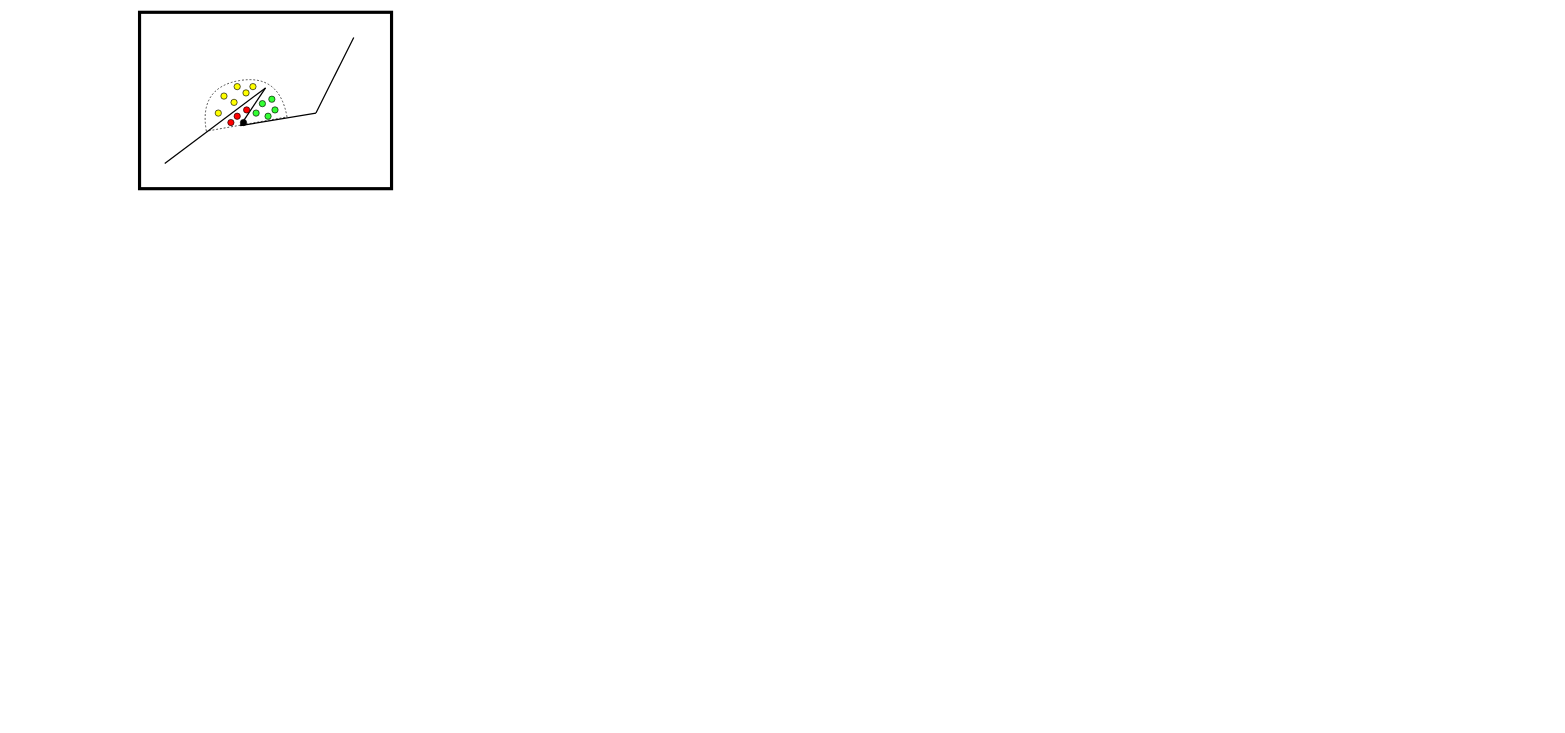
Earlier version of the draw.io diagram draw.drawio (HL0817/TechnologySet). Source tidied: cells renumbered, new cells numbered last; positions are measured from the earlier drawing's top-left corner, leaving out a move shared by most shapes. Both pictures are drawn from the tidied source at 63%, with x=0, y=0 at pixel (139, 12).
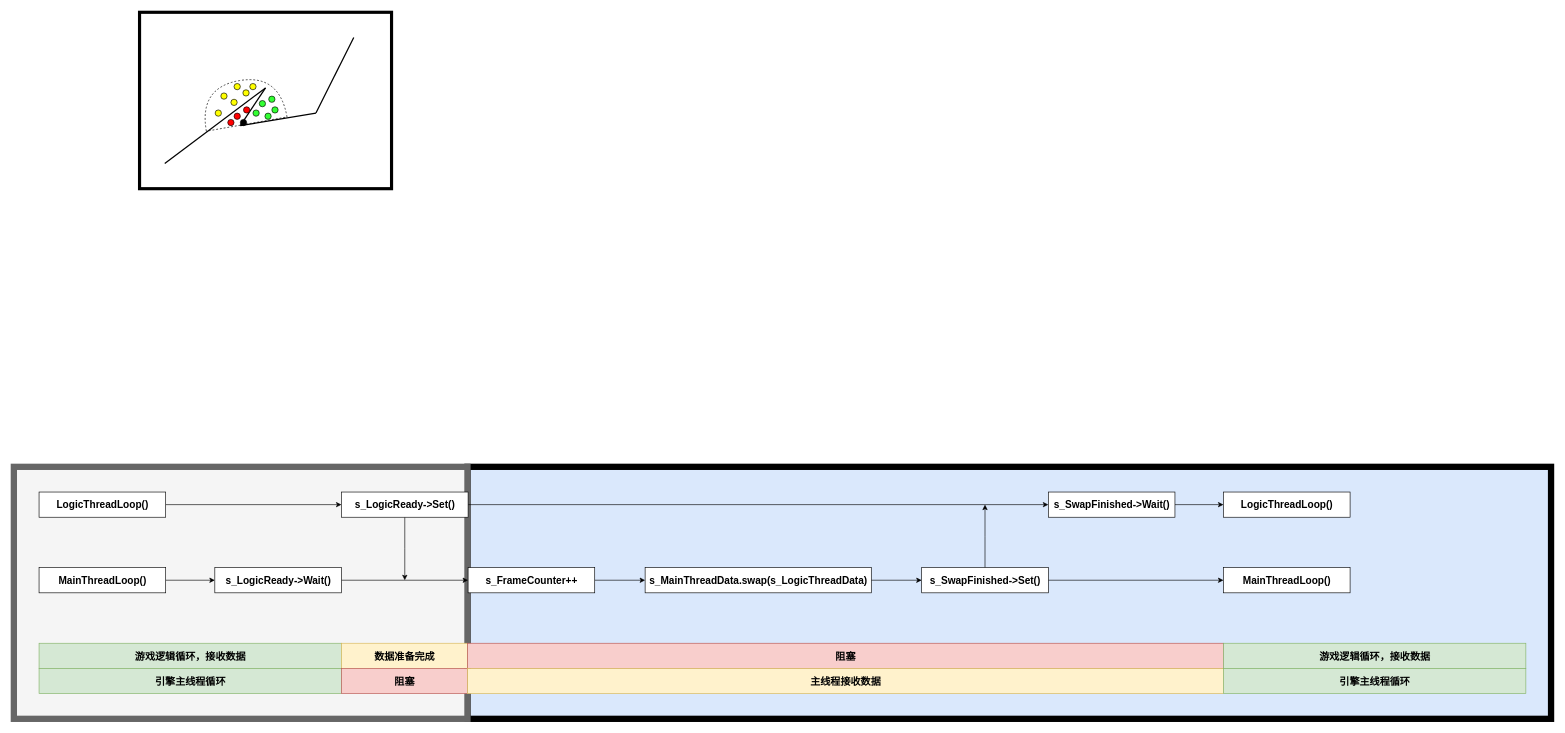
The same diagram, later.

Commit message (it also covers changes not shown here):
球谐在烘焙中的运用 还剩2个简化步骤 其他完成

Change to the diagram source:
```diff
@@
+    <mxCell id="23" style="rounded=0;whiteSpace=wrap;html=1;fillColor=#dae8fc;strokeColor=#000000;strokeWidth=10;" parent="1" vertex="1">
+      <mxGeometry x="520.5" y="721.5" width="1720" height="400" as="geometry" />
+    </mxCell>
+    <mxCell id="24" style="rounded=0;whiteSpace=wrap;html=1;fillColor=#f5f5f5;strokeColor=#666666;fontColor=#333333;strokeWidth=10;" parent="1" vertex="1">
+      <mxGeometry x="-199.5" y="721.5" width="720" height="400" as="geometry" />
+    </mxCell>
@@
+    <mxCell id="25" style="edgeStyle=orthogonalEdgeStyle;rounded=0;jettySize=auto;html=1;entryX=0;entryY=0.5;entryDx=0;entryDy=0;" parent="1" edge="1" source="26" target="28">
+      <mxGeometry relative="1" as="geometry" />
+    </mxCell>
+    <mxCell id="26" value="&lt;font style=&quot;font-size: 16px&quot;&gt;&lt;b&gt;s_LogicReady-&amp;gt;Wait()&lt;/b&gt;&lt;/font&gt;" style="rounded=0;whiteSpace=wrap;html=1;" parent="1" vertex="1">
+      <mxGeometry x="119.5" y="881.5" width="201" height="40" as="geometry" />
+    </mxCell>
+    <mxCell id="27" style="edgeStyle=orthogonalEdgeStyle;rounded=0;jettySize=auto;html=1;entryX=0;entryY=0.5;entryDx=0;entryDy=0;" parent="1" edge="1" source="28" target="30">
+      <mxGeometry relative="1" as="geometry" />
+    </mxCell>
+    <mxCell id="28" value="&lt;span style=&quot;font-size: 16px&quot;&gt;&lt;b&gt;s_FrameCounter++&lt;/b&gt;&lt;/span&gt;" style="rounded=0;whiteSpace=wrap;html=1;" parent="1" vertex="1">
+      <mxGeometry x="521.5" y="881.5" width="201" height="40" as="geometry" />
+    </mxCell>
+    <mxCell id="29" style="edgeStyle=orthogonalEdgeStyle;rounded=0;jettySize=auto;html=1;entryX=0;entryY=0.5;entryDx=0;entryDy=0;" parent="1" edge="1" source="30" target="33">
+      <mxGeometry relative="1" as="geometry" />
+    </mxCell>
+    <mxCell id="30" value="&lt;font style=&quot;font-size: 16px&quot;&gt;&lt;b&gt;s_MainThreadData.swap(s_LogicThreadData)&lt;/b&gt;&lt;/font&gt;" style="rounded=0;whiteSpace=wrap;html=1;" parent="1" vertex="1">
+      <mxGeometry x="802.5" y="881.5" width="359" height="40" as="geometry" />
+    </mxCell>
+    <mxCell id="31" style="edgeStyle=orthogonalEdgeStyle;rounded=0;jettySize=auto;html=1;" parent="1" edge="1" source="33">
+      <mxGeometry relative="1" as="geometry">
+        <mxPoint x="1342" y="781.5" as="targetPoint" />
+      </mxGeometry>
+    </mxCell>
+    <mxCell id="32" style="edgeStyle=orthogonalEdgeStyle;rounded=0;jettySize=auto;html=1;entryX=0;entryY=0.5;entryDx=0;entryDy=0;" parent="1" edge="1" source="33" target="44">
+      <mxGeometry relative="1" as="geometry" />
+    </mxCell>
+    <mxCell id="33" value="&lt;font style=&quot;font-size: 16px&quot;&gt;&lt;b&gt;s_SwapFinished-&amp;gt;Set()&lt;/b&gt;&lt;/font&gt;" style="rounded=0;whiteSpace=wrap;html=1;" parent="1" vertex="1">
+      <mxGeometry x="1241.5" y="881.5" width="201" height="40" as="geometry" />
+    </mxCell>
+    <mxCell id="34" style="edgeStyle=orthogonalEdgeStyle;rounded=0;jettySize=auto;html=1;entryX=0;entryY=0.5;entryDx=0;entryDy=0;" parent="1" edge="1" source="36" target="38">
+      <mxGeometry relative="1" as="geometry" />
+    </mxCell>
+    <mxCell id="35" style="edgeStyle=orthogonalEdgeStyle;rounded=0;jettySize=auto;html=1;" parent="1" edge="1" source="36">
+      <mxGeometry relative="1" as="geometry">
+        <mxPoint x="421" y="901.5" as="targetPoint" />
+      </mxGeometry>
+    </mxCell>
+    <mxCell id="36" value="&lt;font style=&quot;font-size: 16px&quot;&gt;&lt;b&gt;s_LogicReady-&amp;gt;Set()&lt;/b&gt;&lt;/font&gt;" style="rounded=0;whiteSpace=wrap;html=1;" parent="1" vertex="1">
+      <mxGeometry x="320.5" y="761.5" width="201" height="40" as="geometry" />
+    </mxCell>
+    <mxCell id="37" style="edgeStyle=orthogonalEdgeStyle;rounded=0;jettySize=auto;html=1;entryX=0;entryY=0.5;entryDx=0;entryDy=0;" parent="1" edge="1" source="38" target="43">
+      <mxGeometry relative="1" as="geometry" />
+    </mxCell>
+    <mxCell id="38" value="&lt;font style=&quot;font-size: 16px&quot;&gt;&lt;b&gt;s_SwapFinished-&amp;gt;Wait()&lt;/b&gt;&lt;/font&gt;" style="rounded=0;whiteSpace=wrap;html=1;" parent="1" vertex="1">
+      <mxGeometry x="1442.5" y="761.5" width="201" height="40" as="geometry" />
+    </mxCell>
+    <mxCell id="39" style="edgeStyle=orthogonalEdgeStyle;rounded=0;jettySize=auto;html=1;entryX=0;entryY=0.5;entryDx=0;entryDy=0;" parent="1" edge="1" source="40" target="26">
+      <mxGeometry relative="1" as="geometry" />
+    </mxCell>
+    <mxCell id="40" value="&lt;font style=&quot;font-size: 16px&quot;&gt;&lt;b&gt;MainThreadLoop()&lt;/b&gt;&lt;/font&gt;" style="rounded=0;whiteSpace=wrap;html=1;" parent="1" vertex="1">
+      <mxGeometry x="-159.5" y="881.5" width="201" height="40" as="geometry" />
+    </mxCell>
+    <mxCell id="41" style="edgeStyle=orthogonalEdgeStyle;rounded=0;jettySize=auto;html=1;entryX=0;entryY=0.5;entryDx=0;entryDy=0;" parent="1" edge="1" source="42" target="36">
+      <mxGeometry relative="1" as="geometry" />
+    </mxCell>
+    <mxCell id="42" value="&lt;font style=&quot;font-size: 16px&quot;&gt;&lt;b&gt;LogicThreadLoop()&lt;/b&gt;&lt;/font&gt;" style="rounded=0;whiteSpace=wrap;html=1;" parent="1" vertex="1">
+      <mxGeometry x="-159.5" y="761.5" width="201" height="40" as="geometry" />
+    </mxCell>
+    <mxCell id="43" value="&lt;font style=&quot;font-size: 16px&quot;&gt;&lt;b&gt;LogicThreadLoop()&lt;/b&gt;&lt;/font&gt;" style="rounded=0;whiteSpace=wrap;html=1;" parent="1" vertex="1">
+      <mxGeometry x="1720.5" y="761.5" width="201" height="40" as="geometry" />
+    </mxCell>
+    <mxCell id="44" value="&lt;font style=&quot;font-size: 16px&quot;&gt;&lt;b&gt;MainThreadLoop()&lt;/b&gt;&lt;/font&gt;" style="rounded=0;whiteSpace=wrap;html=1;" parent="1" vertex="1">
+      <mxGeometry x="1720.5" y="881.5" width="201" height="40" as="geometry" />
+    </mxCell>
+    <mxCell id="45" value="&lt;font style=&quot;font-size: 16px&quot;&gt;&lt;b&gt;游戏逻辑循环，接收数据&lt;/b&gt;&lt;/font&gt;" style="rounded=0;whiteSpace=wrap;html=1;fillColor=#d5e8d4;strokeColor=#82b366;" parent="1" vertex="1">
+      <mxGeometry x="-159.5" y="1001.5" width="480" height="40" as="geometry" />
+    </mxCell>
+    <mxCell id="46" value="&lt;font style=&quot;font-size: 16px&quot;&gt;&lt;b&gt;数据准备完成&lt;/b&gt;&lt;/font&gt;" style="rounded=0;whiteSpace=wrap;html=1;fillColor=#fff2cc;strokeColor=#d6b656;" parent="1" vertex="1">
+      <mxGeometry x="320.5" y="1001.5" width="200" height="40" as="geometry" />
+    </mxCell>
+    <mxCell id="47" value="&lt;font style=&quot;font-size: 16px&quot;&gt;&lt;b&gt;阻塞&lt;/b&gt;&lt;/font&gt;" style="rounded=0;whiteSpace=wrap;html=1;fillColor=#f8cecc;strokeColor=#b85450;" parent="1" vertex="1">
+      <mxGeometry x="520.5" y="1001.5" width="1200" height="40" as="geometry" />
+    </mxCell>
+    <mxCell id="48" value="&lt;font style=&quot;font-size: 16px&quot;&gt;&lt;b&gt;游戏逻辑循环，接收数据&lt;/b&gt;&lt;/font&gt;" style="rounded=0;whiteSpace=wrap;html=1;fillColor=#d5e8d4;strokeColor=#82b366;" parent="1" vertex="1">
+      <mxGeometry x="1720.5" y="1001.5" width="480" height="40" as="geometry" />
+    </mxCell>
+    <mxCell id="49" value="&lt;font style=&quot;font-size: 16px&quot;&gt;&lt;b&gt;引擎主线程循环&lt;/b&gt;&lt;/font&gt;" style="rounded=0;whiteSpace=wrap;html=1;fillColor=#d5e8d4;strokeColor=#82b366;" parent="1" vertex="1">
+      <mxGeometry x="-159.5" y="1041.5" width="480" height="40" as="geometry" />
+    </mxCell>
+    <mxCell id="50" value="&lt;font style=&quot;font-size: 16px&quot;&gt;&lt;b&gt;阻塞&lt;/b&gt;&lt;/font&gt;" style="rounded=0;whiteSpace=wrap;html=1;fillColor=#f8cecc;strokeColor=#b85450;" parent="1" vertex="1">
+      <mxGeometry x="320.5" y="1041.5" width="200" height="40" as="geometry" />
+    </mxCell>
+    <mxCell id="51" value="&lt;font style=&quot;font-size: 16px&quot;&gt;&lt;b&gt;主线程接收数据&lt;/b&gt;&lt;/font&gt;" style="rounded=0;whiteSpace=wrap;html=1;fillColor=#fff2cc;strokeColor=#d6b656;" parent="1" vertex="1">
+      <mxGeometry x="520.5" y="1041.5" width="1200" height="40" as="geometry" />
+    </mxCell>
+    <mxCell id="52" value="&lt;font style=&quot;font-size: 16px&quot;&gt;&lt;b&gt;引擎主线程循环&lt;/b&gt;&lt;/font&gt;" style="rounded=0;whiteSpace=wrap;html=1;fillColor=#d5e8d4;strokeColor=#82b366;" parent="1" vertex="1">
+      <mxGeometry x="1720.5" y="1041.5" width="480" height="40" as="geometry" />
+    </mxCell>
```
